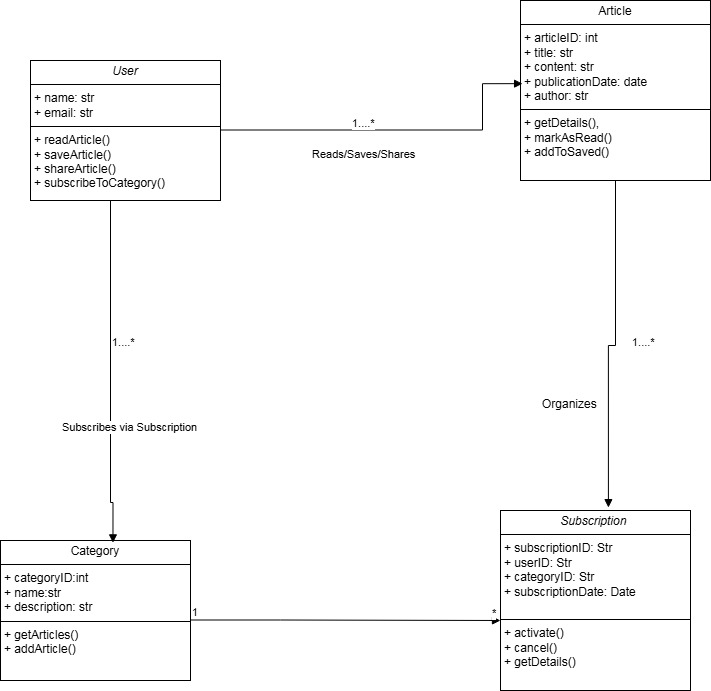
Before: DocNews-App.png, a diagram exported from draw.io (Shinz2k4/5-ae-siu-nhan). Source tidied: cells renumbered, new cells last; positions are measured from the earlier drawing's top-left corner, leaving out a move shared by most shapes.
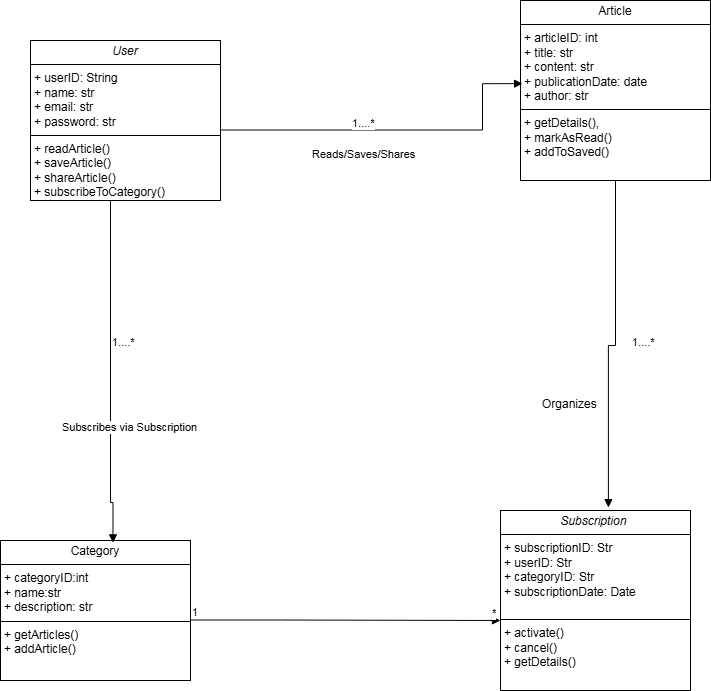
Above is the later version.

Diff of the diagram source:
```diff
@@ -2,8 +2,8 @@
   <root>
     <mxCell id="0" />
     <mxCell id="1" parent="0" />
-    <mxCell id="2" value="&lt;p style=&quot;margin:0px;margin-top:4px;text-align:center;&quot;&gt;&lt;i&gt;User&lt;/i&gt;&lt;/p&gt;&lt;hr size=&quot;1&quot; style=&quot;border-style:solid;&quot;&gt;&lt;p style=&quot;margin:0px;margin-left:4px;&quot;&gt;+ name: str&lt;br&gt;+ email: str&lt;/p&gt;&lt;hr size=&quot;1&quot; style=&quot;border-style:solid;&quot;&gt;&lt;p style=&quot;margin:0px;margin-left:4px;&quot;&gt;+ readArticle()&lt;br&gt;+ saveArticle()&lt;/p&gt;&lt;p style=&quot;margin:0px;margin-left:4px;&quot;&gt;+&amp;nbsp;shareArticle()&lt;/p&gt;&lt;p style=&quot;margin:0px;margin-left:4px;&quot;&gt;+ subscribeToCategory()&lt;/p&gt;" style="verticalAlign=top;align=left;overflow=fill;html=1;whiteSpace=wrap;" parent="1" vertex="1">
-      <mxGeometry x="30" y="60" width="190" height="140" as="geometry" />
+    <mxCell id="2" value="&lt;p style=&quot;margin:0px;margin-top:4px;text-align:center;&quot;&gt;&lt;i&gt;User&lt;/i&gt;&lt;/p&gt;&lt;hr size=&quot;1&quot; style=&quot;border-style:solid;&quot;&gt;&lt;p style=&quot;margin:0px;margin-left:4px;&quot;&gt;+ userID: String&lt;/p&gt;&lt;p style=&quot;margin:0px;margin-left:4px;&quot;&gt;+ name: str&lt;br&gt;+ email: str&lt;br&gt;+ password: str&lt;/p&gt;&lt;hr size=&quot;1&quot; style=&quot;border-style:solid;&quot;&gt;&lt;p style=&quot;margin:0px;margin-left:4px;&quot;&gt;+ readArticle()&lt;br&gt;+ saveArticle()&lt;/p&gt;&lt;p style=&quot;margin:0px;margin-left:4px;&quot;&gt;+&amp;nbsp;shareArticle()&lt;/p&gt;&lt;p style=&quot;margin:0px;margin-left:4px;&quot;&gt;+ subscribeToCategory()&lt;/p&gt;" style="verticalAlign=top;align=left;overflow=fill;html=1;whiteSpace=wrap;" parent="1" vertex="1">
+      <mxGeometry x="30" y="40" width="190" height="160" as="geometry" />
     </mxCell>
     <mxCell id="3" value="&lt;p style=&quot;margin:0px;margin-top:4px;text-align:center;&quot;&gt;Article&lt;/p&gt;&lt;hr size=&quot;1&quot; style=&quot;border-style:solid;&quot;&gt;&lt;p style=&quot;margin:0px;margin-left:4px;&quot;&gt;+ articleID: int&lt;br&gt;+ title: str&lt;/p&gt;&lt;p style=&quot;margin:0px;margin-left:4px;&quot;&gt;+ content: str&lt;/p&gt;&lt;p style=&quot;margin:0px;margin-left:4px;&quot;&gt;+ publicationDate: date&lt;/p&gt;&lt;p style=&quot;margin:0px;margin-left:4px;&quot;&gt;+ author: str&lt;/p&gt;&lt;hr size=&quot;1&quot; style=&quot;border-style:solid;&quot;&gt;&lt;p style=&quot;margin:0px;margin-left:4px;&quot;&gt;+&amp;nbsp;&lt;span style=&quot;background-color: initial;&quot;&gt;getDetails(),&amp;nbsp;&lt;/span&gt;&lt;/p&gt;&lt;p style=&quot;margin:0px;margin-left:4px;&quot;&gt;&lt;span style=&quot;background-color: initial;&quot;&gt;+ markAsRead()&lt;/span&gt;&lt;/p&gt;&lt;p style=&quot;margin:0px;margin-left:4px;&quot;&gt;&lt;span style=&quot;background-color: initial;&quot;&gt;+ addToSaved()&lt;/span&gt;&lt;/p&gt;" style="verticalAlign=top;align=left;overflow=fill;html=1;whiteSpace=wrap;" parent="1" vertex="1">
       <mxGeometry x="520" width="190" height="180" as="geometry" />
```
